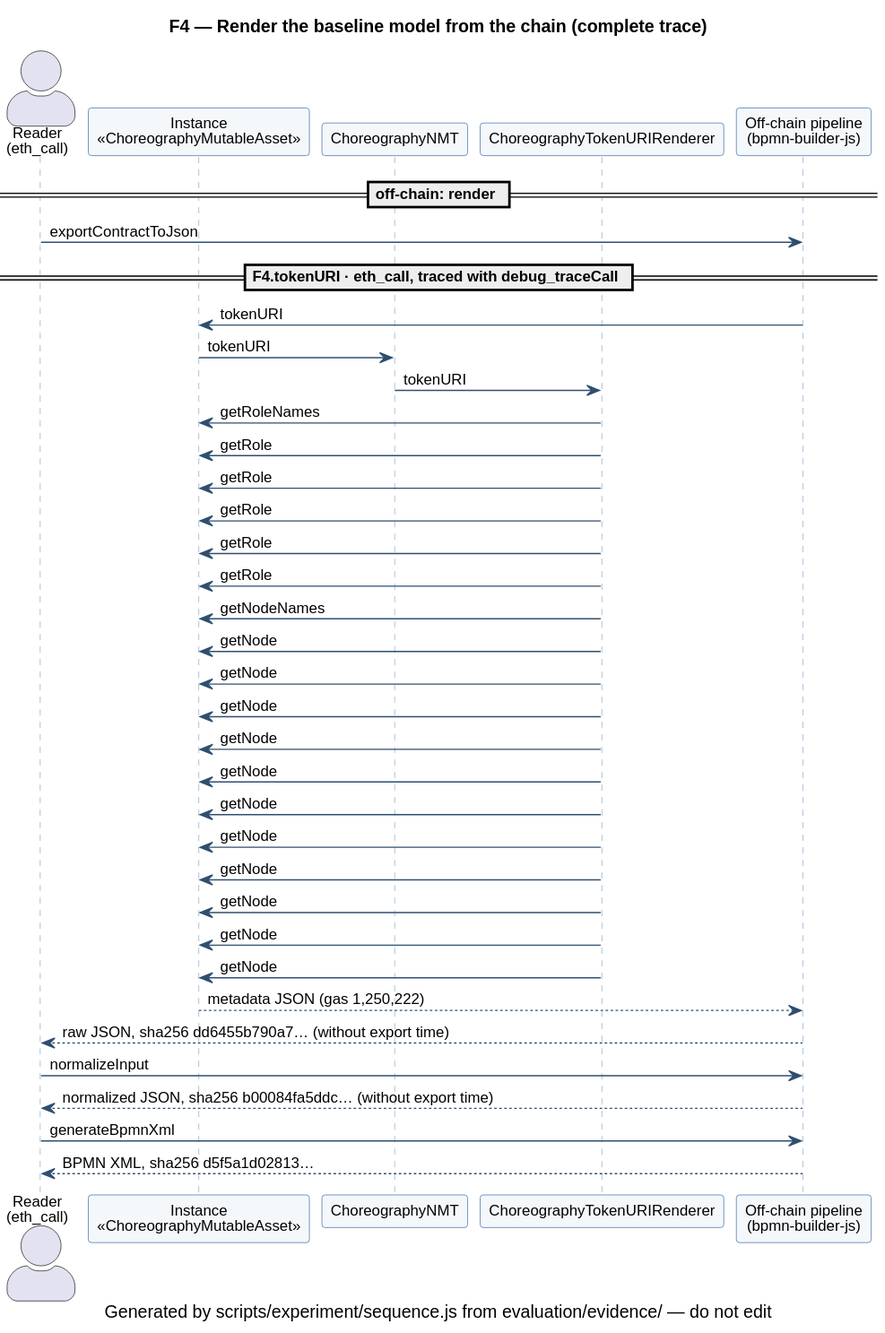
Above: evaluation/evidence/uml/F4-full.svg in d0na/ChorNMT (PlantUML), before the change. The source it was exported from:
```plantuml
@startuml
skinparam shadowing false
skinparam defaultFontName Helvetica
skinparam defaultFontSize 12
skinparam actorStyle awesome
skinparam packageStyle rectangle
skinparam usecase {
  BackgroundColor #F4F8FB
  BorderColor #3A6EA5
}
skinparam sequence {
  ParticipantBackgroundColor #F4F8FB
  ParticipantBorderColor #3A6EA5
  LifeLineBorderColor #8AA9C8
  ArrowColor #2F4F6F
}
skinparam note {
  BackgroundColor #FFF8DC
  BorderColor #C9A227
}
title F4 — Render the baseline model from the chain (complete trace)
caption Generated by scripts/experiment/sequence.js from evaluation/evidence/ — do not edit
actor "Reader\n(eth_call)" as Reader
participant "Instance\n<<ChoreographyMutableAsset>>" as C15
participant "ChoreographyNMT" as C5
participant "ChoreographyTokenURIRenderer" as C3
participant "Off-chain pipeline\n(bpmn-builder-js)" as OffChain
== off-chain: render ==
Reader -> OffChain : exportContractToJson
== F4.tokenURI · eth_call, traced with debug_traceCall ==
OffChain -> C15 : tokenURI
C15 -> C5 : tokenURI
C5 -> C3 : tokenURI
C3 -> C15 : getRoleNames
C3 -> C15 : getRole
C3 -> C15 : getRole
C3 -> C15 : getRole
C3 -> C15 : getRole
C3 -> C15 : getRole
C3 -> C15 : getNodeNames
C3 -> C15 : getNode
C3 -> C15 : getNode
C3 -> C15 : getNode
C3 -> C15 : getNode
C3 -> C15 : getNode
C3 -> C15 : getNode
C3 -> C15 : getNode
C3 -> C15 : getNode
C3 -> C15 : getNode
C3 -> C15 : getNode
C3 -> C15 : getNode
C15 --> OffChain : metadata JSON (gas 1,250,222)
OffChain --> Reader : raw JSON, sha256 dd6455b790a7… (without export time)
Reader -> OffChain : normalizeInput
OffChain --> Reader : normalized JSON, sha256 b00084fa5ddc… (without export time)
Reader -> OffChain : generateBpmnXml
OffChain --> Reader : BPMN XML, sha256 d5f5a1d02813…
@enduml
```
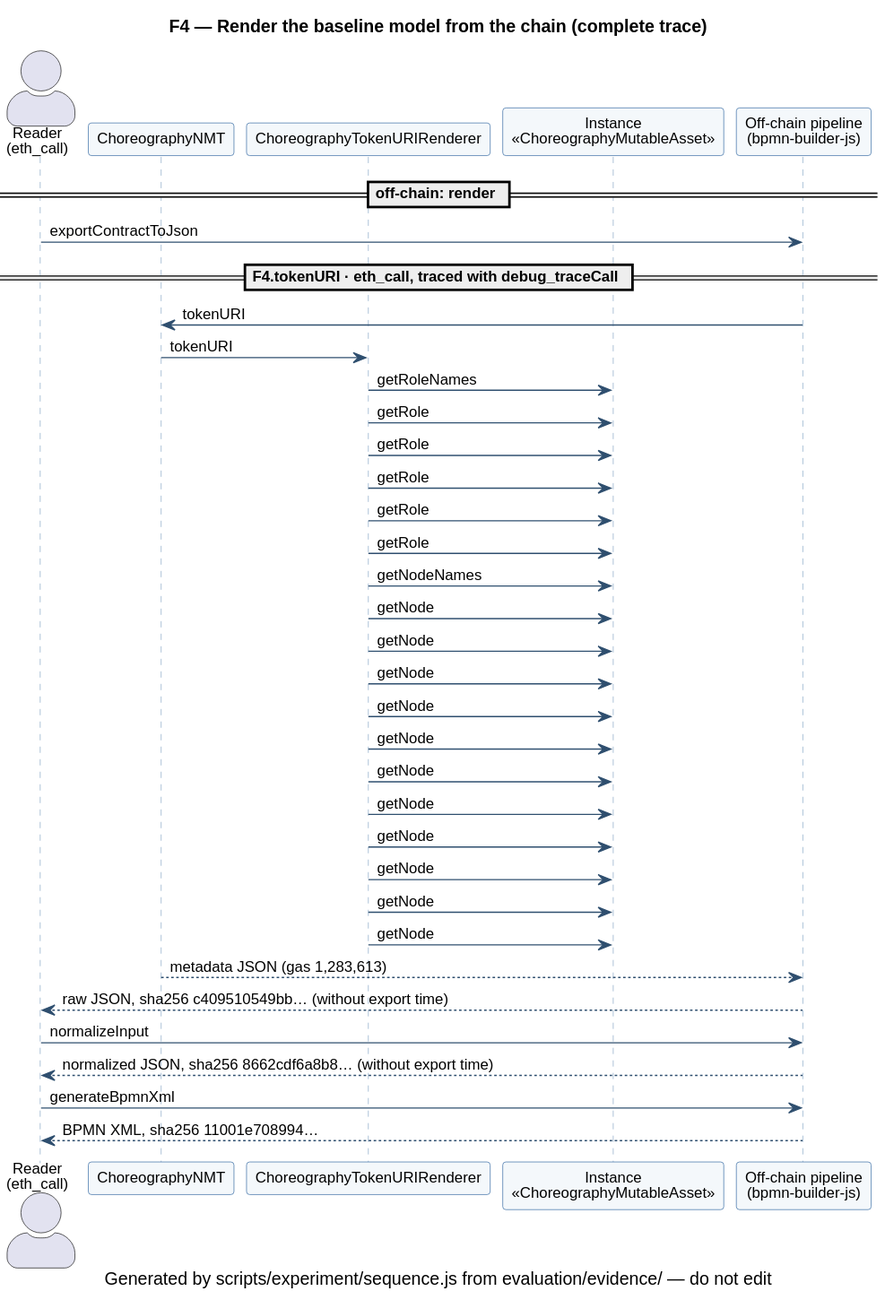
Above is the later version.

What changed in the source:
```diff
@@ -21,38 +21,37 @@
 title F4 — Render the baseline model from the chain (complete trace)
 caption Generated by scripts/experiment/sequence.js from evaluation/evidence/ — do not edit
 actor "Reader\n(eth_call)" as Reader
-participant "Instance\n<<ChoreographyMutableAsset>>" as C15
 participant "ChoreographyNMT" as C5
 participant "ChoreographyTokenURIRenderer" as C3
+participant "Instance\n<<ChoreographyMutableAsset>>" as C26
 participant "Off-chain pipeline\n(bpmn-builder-js)" as OffChain
 == off-chain: render ==
 Reader -> OffChain : exportContractToJson
 == F4.tokenURI · eth_call, traced with debug_traceCall ==
-OffChain -> C15 : tokenURI
-C15 -> C5 : tokenURI
+OffChain -> C5 : tokenURI
 C5 -> C3 : tokenURI
-C3 -> C15 : getRoleNames
-C3 -> C15 : getRole
-C3 -> C15 : getRole
-C3 -> C15 : getRole
-C3 -> C15 : getRole
-C3 -> C15 : getRole
-C3 -> C15 : getNodeNames
-C3 -> C15 : getNode
-C3 -> C15 : getNode
-C3 -> C15 : getNode
-C3 -> C15 : getNode
-C3 -> C15 : getNode
-C3 -> C15 : getNode
-C3 -> C15 : getNode
-C3 -> C15 : getNode
-C3 -> C15 : getNode
-C3 -> C15 : getNode
-C3 -> C15 : getNode
-C15 --> OffChain : metadata JSON (gas 1,250,222)
-OffChain --> Reader : raw JSON, sha256 dd6455b790a7… (without export time)
+C3 -> C26 : getRoleNames
+C3 -> C26 : getRole
+C3 -> C26 : getRole
+C3 -> C26 : getRole
+C3 -> C26 : getRole
+C3 -> C26 : getRole
+C3 -> C26 : getNodeNames
+C3 -> C26 : getNode
+C3 -> C26 : getNode
+C3 -> C26 : getNode
+C3 -> C26 : getNode
+C3 -> C26 : getNode
+C3 -> C26 : getNode
+C3 -> C26 : getNode
+C3 -> C26 : getNode
+C3 -> C26 : getNode
+C3 -> C26 : getNode
+C3 -> C26 : getNode
+C5 --> OffChain : metadata JSON (gas 1,283,613)
+OffChain --> Reader : raw JSON, sha256 c409510549bb… (without export time)
 Reader -> OffChain : normalizeInput
-OffChain --> Reader : normalized JSON, sha256 b00084fa5ddc… (without export time)
+OffChain --> Reader : normalized JSON, sha256 8662cdf6a8b8… (without export time)
 Reader -> OffChain : generateBpmnXml
-OffChain --> Reader : BPMN XML, sha256 d5f5a1d02813…
+OffChain --> Reader : BPMN XML, sha256 11001e708994…
 @enduml
```
